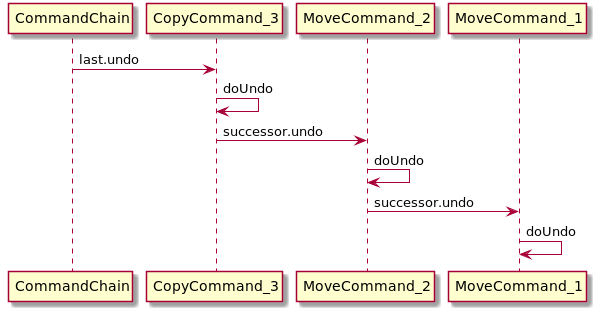
Before: javaDesignPatterns/src/docs/asciidoc/diagram-command-chain-undo-seq.png, a diagram exported from PlantUML (trustedshops/design-patterns). Its diagram source:
```plantuml
@startuml
CommandChain -> CopyCommand_3: last.undo
CopyCommand_3 -> CopyCommand_3: doUndo
CopyCommand_3 -> MoveCommand_2: successor.undo
MoveCommand_2 -> MoveCommand_2: doUndo
MoveCommand_2 -> MoveCommand_1: successor.undo
MoveCommand_1 -> MoveCommand_1: doUndo

@enduml
```
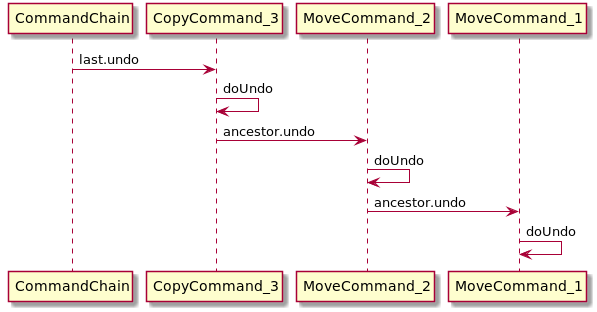
Later version of the same file.

What changed in the source:
```diff
@@ -1,9 +1,9 @@
 @startuml
 CommandChain -> CopyCommand_3: last.undo
 CopyCommand_3 -> CopyCommand_3: doUndo
-CopyCommand_3 -> MoveCommand_2: successor.undo
+CopyCommand_3 -> MoveCommand_2: ancestor.undo
 MoveCommand_2 -> MoveCommand_2: doUndo
-MoveCommand_2 -> MoveCommand_1: successor.undo
+MoveCommand_2 -> MoveCommand_1: ancestor.undo
 MoveCommand_1 -> MoveCommand_1: doUndo
 
 @enduml
```
